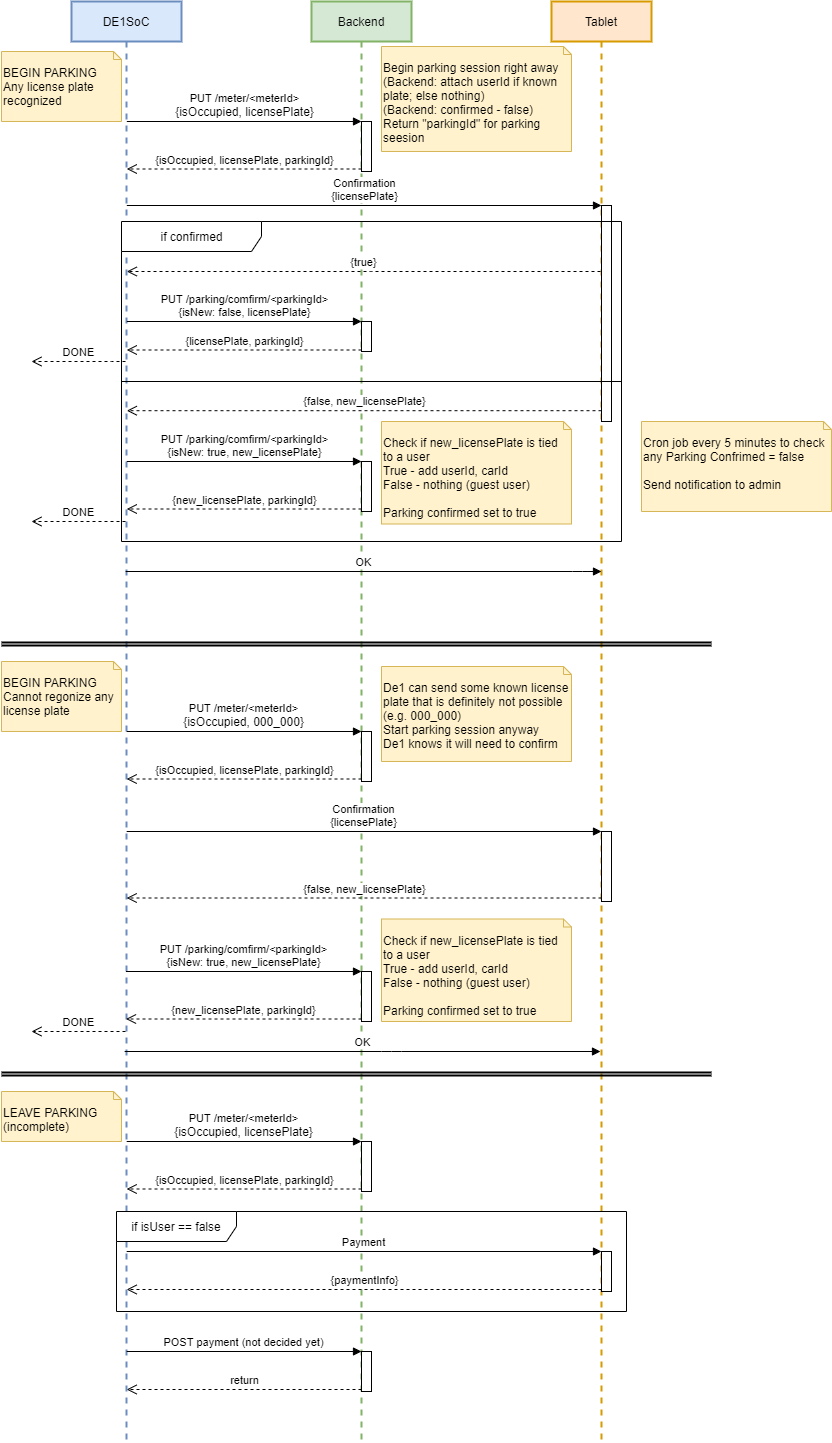
Earlier version of the draw.io export static/parkingApi.drawio.png (rmcreyes/cpen391-backend). Source tidied: cells renumbered, new cells last; positions are measured from the earlier drawing's top-left corner, leaving out a move shared by most shapes.
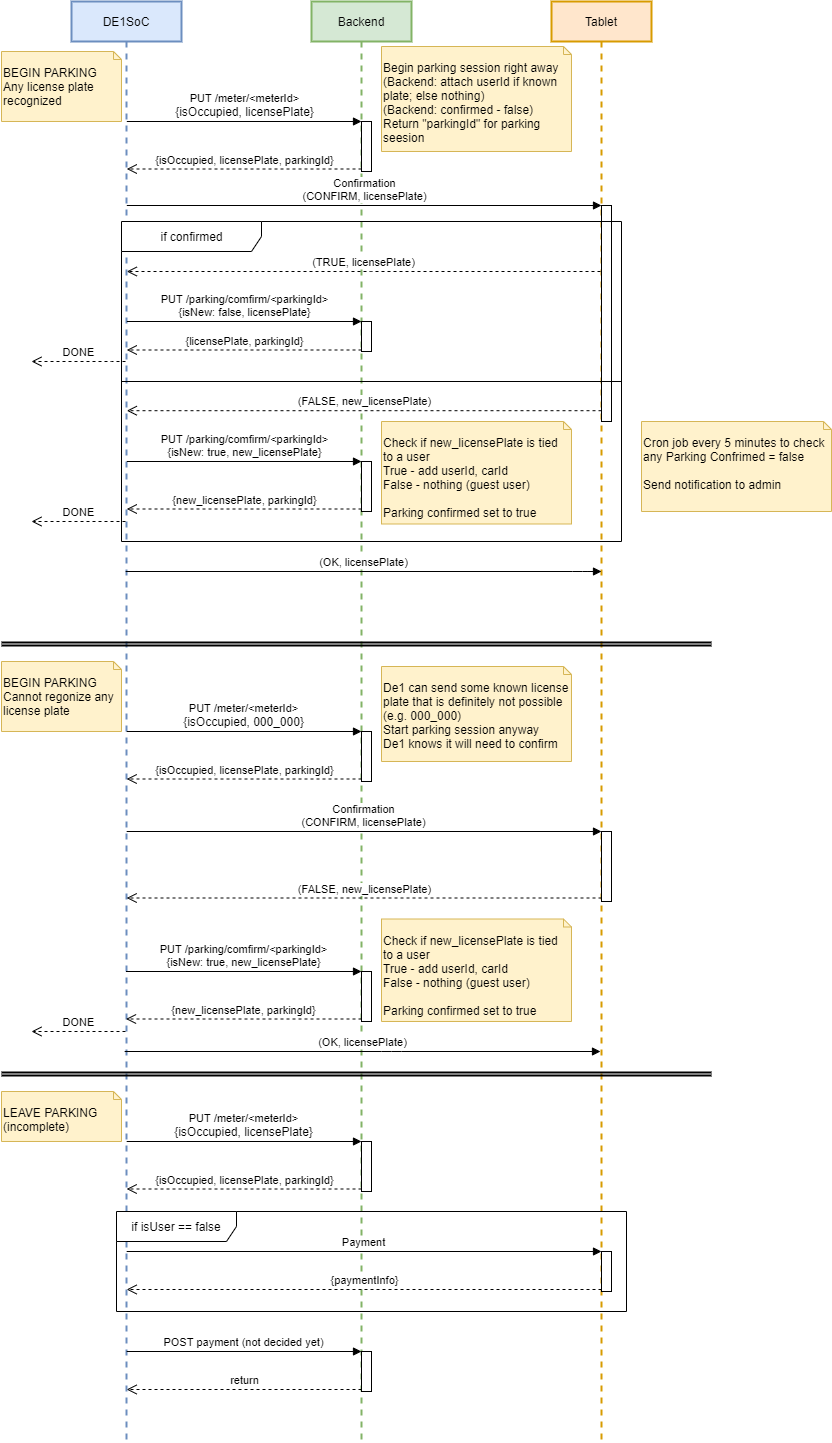
Later version of the same file.

Diff of the diagram source:
```diff
@@ -106,17 +106,17 @@
         <mxPoint x="-184.8" y="777.5" as="targetPoint" />
       </mxGeometry>
     </mxCell>
-    <mxCell id="30" value="Confirmation&lt;br&gt;{licensePlate}" style="html=1;verticalAlign=bottom;endArrow=block;entryX=0;entryY=0;" parent="5" edge="1" target="15">
+    <mxCell id="30" value="Confirmation&lt;br&gt;(CONFIRM, licensePlate)" style="html=1;verticalAlign=bottom;endArrow=block;entryX=0;entryY=0;" parent="5" edge="1" target="15">
       <mxGeometry relative="1" as="geometry">
         <mxPoint x="-184.8" y="830" as="sourcePoint" />
       </mxGeometry>
     </mxCell>
-    <mxCell id="31" value="{false, new_licensePlate}" style="html=1;verticalAlign=bottom;endArrow=open;dashed=1;endSize=8;exitX=0;exitY=0.95;" parent="5" edge="1" source="15">
+    <mxCell id="31" value="(FALSE, new_licensePlate)" style="html=1;verticalAlign=bottom;endArrow=open;dashed=1;endSize=8;exitX=0;exitY=0.95;" parent="5" edge="1" source="15">
       <mxGeometry relative="1" as="geometry">
         <mxPoint x="-184.8" y="896.5" as="targetPoint" />
       </mxGeometry>
     </mxCell>
-    <mxCell id="32" value="OK" style="html=1;verticalAlign=bottom;endArrow=block;" parent="5" edge="1">
+    <mxCell id="32" value="(OK, licensePlate)" style="html=1;verticalAlign=bottom;endArrow=block;" parent="5" edge="1">
       <mxGeometry relative="1" as="geometry">
         <mxPoint x="-186.9" y="1050" as="sourcePoint" />
         <mxPoint x="289" y="1050" as="targetPoint" />
@@ -152,13 +152,13 @@
     <mxCell id="40" value="BEGIN PARKING&lt;br&gt;Any license plate recognized" style="shape=note2;boundedLbl=1;whiteSpace=wrap;html=1;size=8;verticalAlign=top;align=left;fillColor=#fff2cc;strokeColor=#d6b656;" parent="1" vertex="1">
       <mxGeometry y="50" width="120" height="70" as="geometry" />
     </mxCell>
-    <mxCell id="41" value="Confirmation&lt;br&gt;{licensePlate}" style="html=1;verticalAlign=bottom;endArrow=block;entryX=0;entryY=0;" parent="1" edge="1" source="4" target="3">
+    <mxCell id="41" value="Confirmation&lt;br&gt;(CONFIRM, licensePlate)" style="html=1;verticalAlign=bottom;endArrow=block;entryX=0;entryY=0;" parent="1" edge="1" source="4" target="3">
       <mxGeometry relative="1" as="geometry" />
     </mxCell>
-    <mxCell id="42" value="{false, new_licensePlate}" style="html=1;verticalAlign=bottom;endArrow=open;dashed=1;endSize=8;exitX=0;exitY=0.95;" parent="1" edge="1" source="3" target="4">
+    <mxCell id="42" value="(FALSE, new_licensePlate)" style="html=1;verticalAlign=bottom;endArrow=open;dashed=1;endSize=8;exitX=0;exitY=0.95;" parent="1" edge="1" source="3" target="4">
       <mxGeometry relative="1" as="geometry" />
     </mxCell>
-    <mxCell id="43" value="{true}" style="html=1;verticalAlign=bottom;endArrow=open;dashed=1;endSize=8;" parent="1" edge="1" source="2" target="4">
+    <mxCell id="43" value="(TRUE, licensePlate)" style="html=1;verticalAlign=bottom;endArrow=open;dashed=1;endSize=8;" parent="1" edge="1" source="2" target="4">
       <mxGeometry relative="1" as="geometry">
         <Array as="points">
           <mxPoint x="360" y="270" />
@@ -193,13 +193,7 @@
         <mxPoint x="30" y="520" as="targetPoint" />
       </mxGeometry>
     </mxCell>
-    <mxCell id="51" value="if confirmed" style="shape=umlFrame;tabWidth=110;tabHeight=30;tabPosition=left;html=1;boundedLbl=1;labelInHeader=1;width=140;height=30;" parent="1" vertex="1">
-      <mxGeometry x="120" y="220" width="500" height="320" as="geometry" />
-    </mxCell>
-    <mxCell id="52" style="line;strokeWidth=1;labelPosition=center;verticalLabelPosition=bottom;align=left;verticalAlign=top;spacingLeft=20;spacingTop=15;" parent="51" vertex="1">
-      <mxGeometry y="153.6" width="500" height="12.8" as="geometry" />
-    </mxCell>
-    <mxCell id="53" value="OK" style="html=1;verticalAlign=bottom;endArrow=block;" parent="1" edge="1">
+    <mxCell id="53" value="(OK, licensePlate)" style="html=1;verticalAlign=bottom;endArrow=block;" parent="1" edge="1">
       <mxGeometry relative="1" as="geometry">
         <mxPoint x="124.1" y="570" as="sourcePoint" />
         <mxPoint x="600" y="570" as="targetPoint" />
@@ -214,5 +208,11 @@
     <mxCell id="55" value="&lt;blockquote style=&quot;margin: 0 0 0 40px ; border: none ; padding: 0px&quot;&gt;&lt;/blockquote&gt;&lt;span&gt;Check if new_licensePlate is tied to a user&lt;br&gt;True - add userId, carId&lt;br&gt;False - nothing (guest user)&lt;br&gt;&lt;br&gt;Parking confirmed set to true&lt;br&gt;&lt;/span&gt;" style="shape=note2;boundedLbl=1;whiteSpace=wrap;html=1;size=8;verticalAlign=top;align=left;fillColor=#fff2cc;strokeColor=#d6b656;" parent="1" vertex="1">
       <mxGeometry x="380" y="917.5" width="190" height="102.5" as="geometry" />
     </mxCell>
+    <mxCell id="51" value="if confirmed" style="shape=umlFrame;tabWidth=110;tabHeight=30;tabPosition=left;html=1;boundedLbl=1;labelInHeader=1;width=140;height=30;" parent="1" vertex="1">
+      <mxGeometry x="120" y="220" width="500" height="320" as="geometry" />
+    </mxCell>
+    <mxCell id="52" style="line;strokeWidth=1;labelPosition=center;verticalLabelPosition=bottom;align=left;verticalAlign=top;spacingLeft=20;spacingTop=15;" parent="51" vertex="1">
+      <mxGeometry y="153.6" width="500" height="12.8" as="geometry" />
+    </mxCell>
   </root>
 </mxGraphModel>
```
